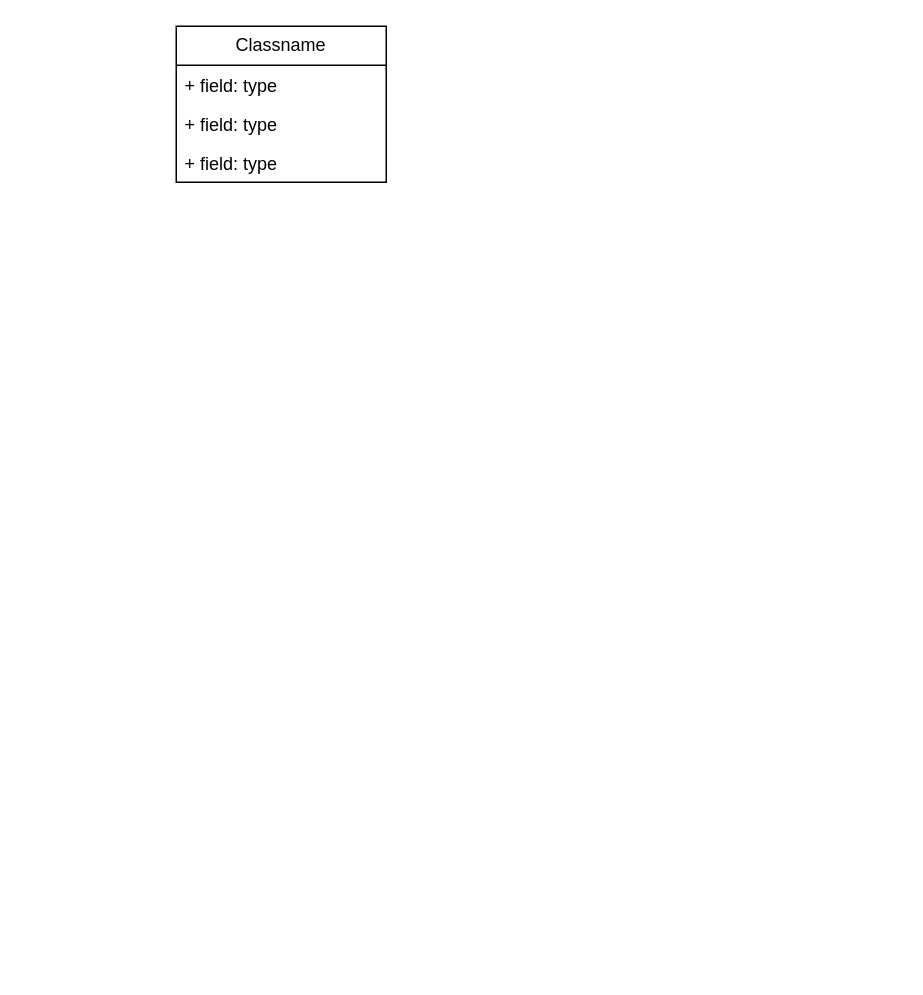
The draw.io diagram web发展历史.drawio in idbanfan/drawio, before the edit. Source tidied: cells renumbered, new cells numbered last; positions are measured from the earlier drawing's top-left corner, leaving out a move shared by most shapes. Both pictures are drawn from the tidied source at 150%, with x=0, y=0 at pixel (176, 26).
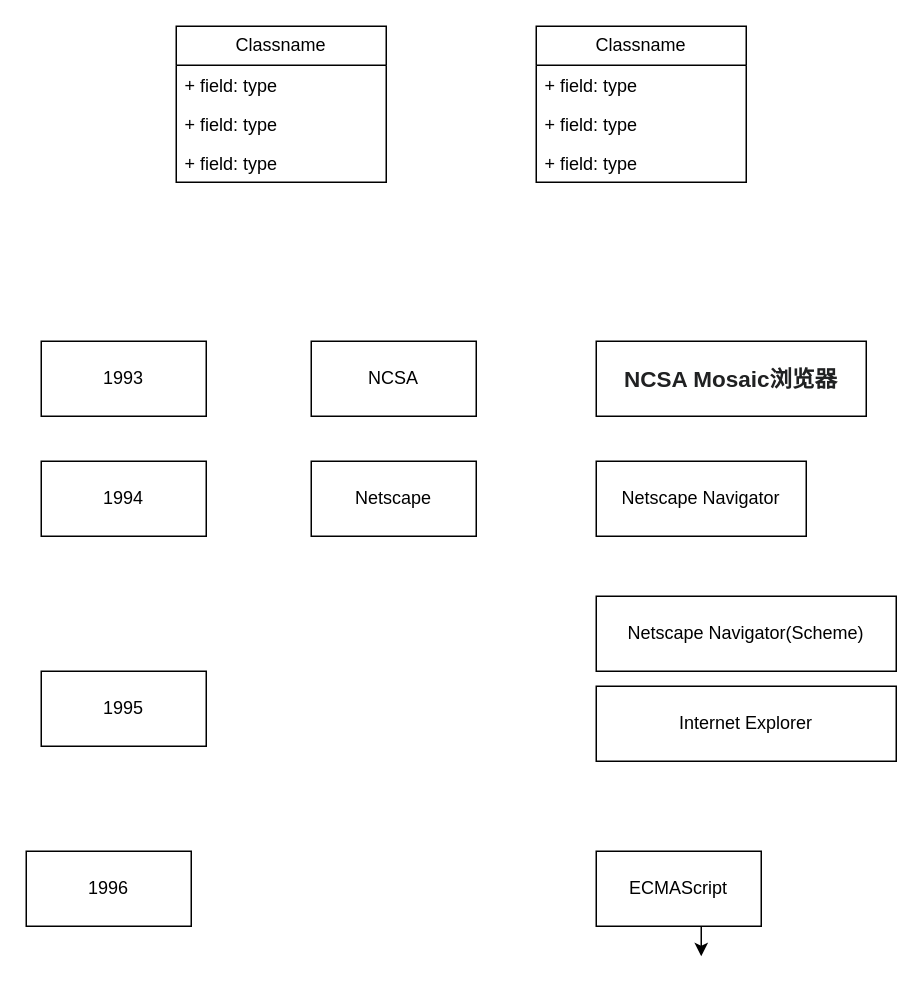
After the change.

Commit message:
更新web发展历史.drawio

The edit, as a diff of the source:
```diff
@@
+    <mxCell id="6" value="Classname" style="swimlane;fontStyle=0;horizontal=1;startSize=26;fillColor=none;whiteSpace=wrap;html=1;" parent="1" vertex="1">
+      <mxGeometry x="240" width="140" height="104" as="geometry" />
+    </mxCell>
+    <mxCell id="7" value="+ field: type" style="text;strokeColor=none;fillColor=none;align=left;verticalAlign=top;spacingLeft=4;spacingRight=4;overflow=hidden;whiteSpace=wrap;html=1;" parent="6" vertex="1">
+      <mxGeometry y="26" width="140" height="26" as="geometry" />
+    </mxCell>
+    <mxCell id="8" value="+ field: type" style="text;strokeColor=none;fillColor=none;align=left;verticalAlign=top;spacingLeft=4;spacingRight=4;overflow=hidden;whiteSpace=wrap;html=1;" parent="6" vertex="1">
+      <mxGeometry y="52" width="140" height="26" as="geometry" />
+    </mxCell>
+    <mxCell id="9" value="+ field: type" style="text;strokeColor=none;fillColor=none;align=left;verticalAlign=top;spacingLeft=4;spacingRight=4;overflow=hidden;whiteSpace=wrap;html=1;" parent="6" vertex="1">
+      <mxGeometry y="78" width="140" height="26" as="geometry" />
+    </mxCell>
+    <mxCell id="10" value="1993" style="html=1;whiteSpace=wrap;" parent="1" vertex="1">
+      <mxGeometry x="-90" y="210" width="110" height="50" as="geometry" />
+    </mxCell>
+    <mxCell id="11" value="1994" style="html=1;whiteSpace=wrap;" parent="1" vertex="1">
+      <mxGeometry x="-90" y="290" width="110" height="50" as="geometry" />
+    </mxCell>
+    <mxCell id="12" value="1995" style="html=1;whiteSpace=wrap;" parent="1" vertex="1">
+      <mxGeometry x="-90" y="430" width="110" height="50" as="geometry" />
+    </mxCell>
+    <mxCell id="13" value="1996" style="html=1;whiteSpace=wrap;" parent="1" vertex="1">
+      <mxGeometry x="-100" y="550" width="110" height="50" as="geometry" />
+    </mxCell>
+    <mxCell id="14" value="&lt;b style=&quot;color: rgb(32, 33, 34); font-family: sans-serif; font-size: 15.008px; text-align: start; background-color: rgb(255, 255, 255);&quot;&gt;NCSA Mosaic浏览器&lt;/b&gt;" style="html=1;whiteSpace=wrap;" parent="1" vertex="1">
+      <mxGeometry x="280" y="210" width="180" height="50" as="geometry" />
+    </mxCell>
+    <mxCell id="15" value="NCSA" style="html=1;whiteSpace=wrap;" parent="1" vertex="1">
+      <mxGeometry x="90" y="210" width="110" height="50" as="geometry" />
+    </mxCell>
+    <mxCell id="16" value="Netscape" style="html=1;whiteSpace=wrap;" parent="1" vertex="1">
+      <mxGeometry x="90" y="290" width="110" height="50" as="geometry" />
+    </mxCell>
+    <mxCell id="17" value="Netscape Navigator" style="html=1;whiteSpace=wrap;" parent="1" vertex="1">
+      <mxGeometry x="280" y="290" width="140" height="50" as="geometry" />
+    </mxCell>
+    <mxCell id="18" value="Netscape Navigator(Scheme)" style="html=1;whiteSpace=wrap;" parent="1" vertex="1">
+      <mxGeometry x="280" y="380" width="200" height="50" as="geometry" />
+    </mxCell>
+    <mxCell id="19" value="Internet Explorer" style="html=1;whiteSpace=wrap;" parent="1" vertex="1">
+      <mxGeometry x="280" y="440" width="200" height="50" as="geometry" />
+    </mxCell>
+    <mxCell id="20" style="edgeStyle=orthogonalEdgeStyle;rounded=0;jettySize=auto;html=1;exitX=0.5;exitY=1;exitDx=0;exitDy=0;" parent="1" edge="1" source="21">
+      <mxGeometry relative="1" as="geometry">
+        <mxPoint x="350" y="620" as="targetPoint" />
+      </mxGeometry>
+    </mxCell>
+    <mxCell id="21" value="ECMAScript" style="html=1;whiteSpace=wrap;" parent="1" vertex="1">
+      <mxGeometry x="280" y="550" width="110" height="50" as="geometry" />
+    </mxCell>
```
